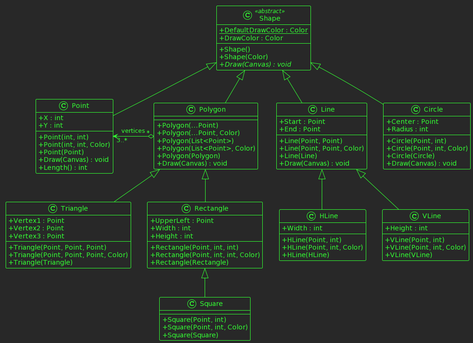
This is ShapesLib/images/v4.png from drinfret-cshawi/1SY-Analyse-Objet, a PlantUML export, as it was before one commit. Source of this version:
```plantuml
@startuml
!theme crt-green
skinparam classAttributeIconSize 0

class Shape <<abstract>> {
{static} +DefaultDrawColor : Color
+DrawColor : Color
+Shape()
+Shape(Color)
{abstract} +Draw(Canvas) : void
}

class Point {
+X : int
+Y : int
+Point(int, int)
+Point(int, int, Color)
+Point(Point)
+Draw(Canvas) : void
+Length() : int
}
Shape <|-- Point

class HLine {
+Width : int
+HLine(Point, int)
+HLine(Point, int, Color)
+HLine(HLine)
}
Line <|-- HLine

class VLine {
+Height : int
+VLine(Point, int)
+VLine(Point, int, Color)
+VLine(VLine)
}
Line <|-- VLine

class Line {
+Start : Point
+End : Point
+Line(Point, Point)
+Line(Point, Point, Color)
+Line(Line)
+Draw(Canvas) : void
}
Shape <|-- Line

class Polygon {
+Polygon(...Point)
+Polygon(...Point, Color)
+Polygon(List<Point>)
+Polygon(List<Point>, Color)
+Polygon(Polygon)
+Draw(Canvas) : void
}
Shape <|-- Polygon
Point "3..*" <-o "*" Polygon : vertices

class Triangle {
+Vertex1 : Point
+Vertex2 : Point
+Vertex3 : Point
+Triangle(Point, Point, Point)
+Triangle(Point, Point, Point, Color)
+Triangle(Triangle)
}
Polygon <|-- Triangle

class Rectangle {
+UpperLeft : Point
+Width : int
+Height : int
+Rectangle(Point, int, int)
+Rectangle(Point, int, int, Color)
+Rectangle(Rectangle)
}
Polygon <|-- Rectangle

class Square {
+Square(Point, int)
+Square(Point, int, Color)
+Square(Square)
}
Rectangle <|-- Square

class Circle {
+Center : Point
+Radius : int
+Circle(Point, int)
+Circle(Point, int, Color)
+Circle(Circle)
+Draw(Canvas) : void
}
Shape <|-- Circle
@enduml
```
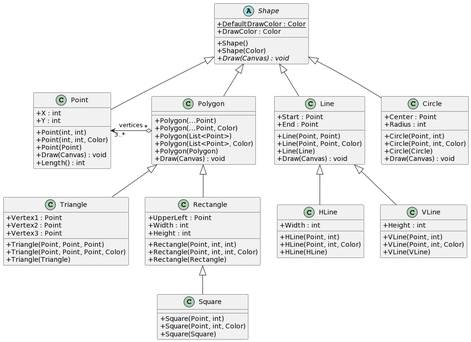
After the commit.

Commit message:
petite correction dans StudyProgram ShapesLib: diagramme de classe v4 mis à jour

What changed in the source:
```diff
@@ -1,8 +1,7 @@
 @startuml
-!theme crt-green
 skinparam classAttributeIconSize 0
 
-class Shape <<abstract>> {
+abstract class Shape {
 {static} +DefaultDrawColor : Color
 +DrawColor : Color
 +Shape()
```
